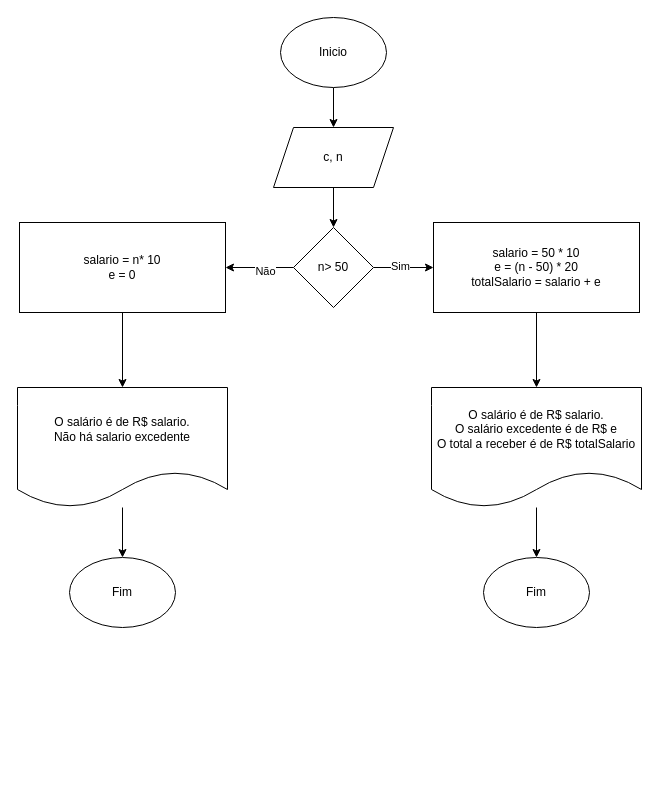
Above: ex9.drawio in luanayasmim/repos-cap-unasp (draw.io), before the change. Source tidied: cells renumbered, new cells numbered last; positions are measured from the earlier drawing's top-left corner, leaving out a move shared by most shapes. Both pictures are drawn from the tidied source at 100%, with x=0, y=0 at pixel (17, 17).
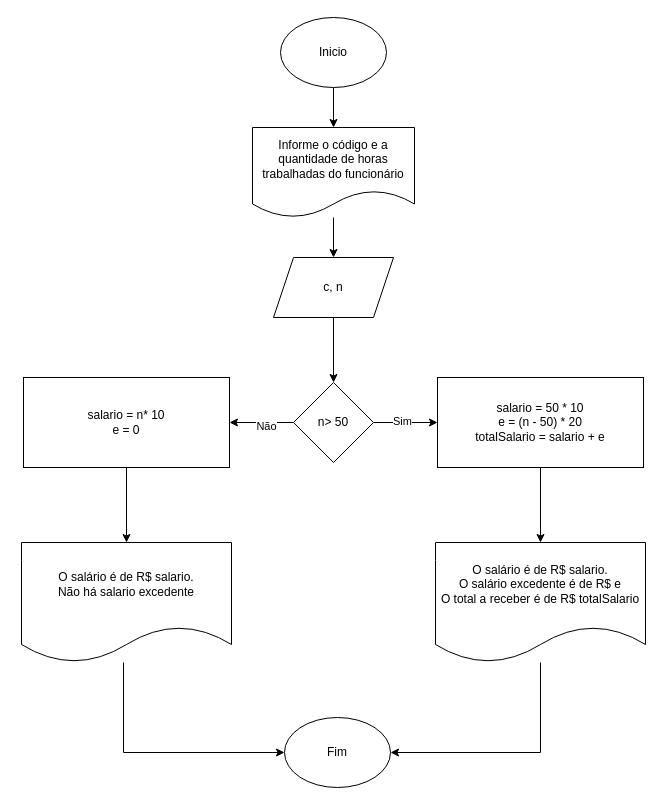
Above is the later version.

The change refers to these unchanged cells:
```xml
<mxCell id="3" value="Inicio" style="ellipse;whiteSpace=wrap;html=1;" parent="1" vertex="1">
  <mxGeometry x="263" width="106" height="70" as="geometry" />
</mxCell>
```

Diff of the diagram source:
```diff
@@
-    <mxCell id="2" style="edgeStyle=orthogonalEdgeStyle;rounded=0;jettySize=auto;html=1;" parent="1" edge="1" source="3" target="5">
-      <mxGeometry relative="1" as="geometry" />
-    </mxCell>
+    <mxCell id="21" style="edgeStyle=orthogonalEdgeStyle;rounded=0;jettySize=auto;html=1;" parent="1" edge="1" source="3" target="24">
+      <mxGeometry relative="1" as="geometry" />
+    </mxCell>
@@
     <mxCell id="5" value="c, n" style="shape=parallelogram;perimeter=parallelogramPerimeter;whiteSpace=wrap;html=1;fixedSize=1;" parent="1" vertex="1">
-      <mxGeometry x="256" y="110" width="120" height="60" as="geometry" />
+      <mxGeometry x="256" y="240" width="120" height="60" as="geometry" />
     </mxCell>
@@
     <mxCell id="10" value="n&amp;gt; 50" style="rhombus;whiteSpace=wrap;html=1;" parent="1" vertex="1">
-      <mxGeometry x="276" y="210" width="80" height="80" as="geometry" />
+      <mxGeometry x="276" y="365" width="80" height="80" as="geometry" />
     </mxCell>
@@
     <mxCell id="12" value="salario = 50 * 10&lt;br&gt;e = (n - 50) * 20&lt;br&gt;totalSalario = salario + e" style="whiteSpace=wrap;html=1;" parent="1" vertex="1">
-      <mxGeometry x="416" y="205" width="206" height="90" as="geometry" />
+      <mxGeometry x="420" y="360" width="206" height="90" as="geometry" />
     </mxCell>
     <mxCell id="13" style="edgeStyle=orthogonalEdgeStyle;rounded=0;jettySize=auto;html=1;" parent="1" edge="1" source="14" target="15">
-      <mxGeometry relative="1" as="geometry" />
+      <mxGeometry relative="1" as="geometry">
+        <Array as="points">
+          <mxPoint x="523" y="735" />
+        </Array>
+      </mxGeometry>
     </mxCell>
     <mxCell id="14" value="O salário é de R$ salario.&lt;br&gt;O salário excedente é de R$ e&lt;br&gt;O total a receber é de R$ totalSalario" style="shape=document;whiteSpace=wrap;html=1;boundedLbl=1;" parent="1" vertex="1">
-      <mxGeometry x="414" y="370" width="210" height="120" as="geometry" />
+      <mxGeometry x="418" y="525" width="210" height="120" as="geometry" />
     </mxCell>
     <mxCell id="15" value="Fim" style="ellipse;whiteSpace=wrap;html=1;" parent="1" vertex="1">
-      <mxGeometry x="466" y="540" width="106" height="70" as="geometry" />
+      <mxGeometry x="267" y="700" width="106" height="70" as="geometry" />
     </mxCell>
@@
     <mxCell id="17" value="salario = n* 10&lt;br&gt;e = 0" style="whiteSpace=wrap;html=1;" parent="1" vertex="1">
-      <mxGeometry x="2" y="205" width="206" height="90" as="geometry" />
+      <mxGeometry x="6" y="360" width="206" height="90" as="geometry" />
     </mxCell>
-    <mxCell id="18" style="edgeStyle=orthogonalEdgeStyle;rounded=0;jettySize=auto;html=1;" parent="1" edge="1" source="19" target="20">
-      <mxGeometry relative="1" as="geometry" />
-    </mxCell>
+    <mxCell id="22" style="edgeStyle=orthogonalEdgeStyle;rounded=0;jettySize=auto;html=1;entryX=0;entryY=0.5;entryDx=0;entryDy=0;" parent="1" edge="1" source="19" target="15">
+      <mxGeometry relative="1" as="geometry">
+        <Array as="points">
+          <mxPoint x="106" y="735" />
+        </Array>
+      </mxGeometry>
+    </mxCell>
     <mxCell id="19" value="O salário é de R$ salario.&lt;br&gt;Não há salario excedente" style="shape=document;whiteSpace=wrap;html=1;boundedLbl=1;" parent="1" vertex="1">
-      <mxGeometry y="370" width="210" height="120" as="geometry" />
+      <mxGeometry x="4" y="525" width="210" height="120" as="geometry" />
     </mxCell>
-    <mxCell id="20" value="Fim" style="ellipse;whiteSpace=wrap;html=1;" parent="1" vertex="1">
-      <mxGeometry x="52" y="540" width="106" height="70" as="geometry" />
-    </mxCell>
+    <mxCell id="23" style="edgeStyle=orthogonalEdgeStyle;rounded=0;jettySize=auto;html=1;" parent="1" edge="1" source="24" target="5">
+      <mxGeometry relative="1" as="geometry" />
+    </mxCell>
+    <mxCell id="24" value="Informe o código e a quantidade de horas trabalhadas do funcionário" style="shape=document;whiteSpace=wrap;html=1;boundedLbl=1;" parent="1" vertex="1">
+      <mxGeometry x="235" y="110" width="162" height="90" as="geometry" />
+    </mxCell>
```
